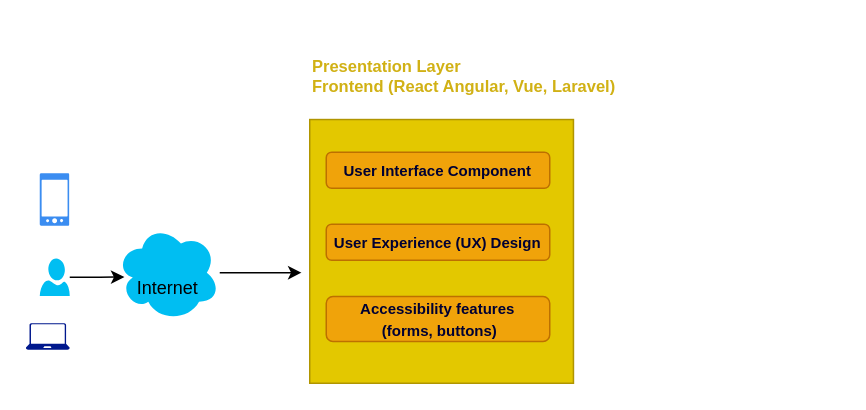
Earlier version of the draw.io diagram IMS.drawio (dabiko/draw-io). Source tidied: cells renumbered, new cells numbered last; positions are measured from the earlier drawing's top-left corner, leaving out a move shared by most shapes. Both pictures are drawn from the tidied source at 150%, with x=0, y=0 at pixel (26, 52).
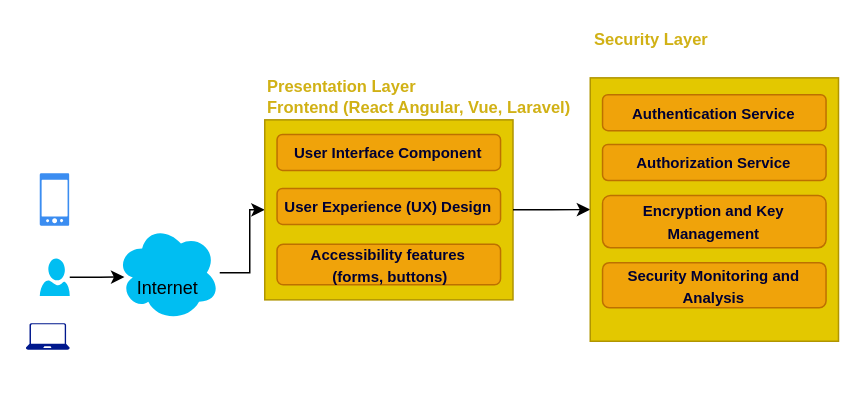
The same diagram, later.

Unchanged cells that the change refers to:
```xml
<mxCell id="3" value="&lt;div&gt;&lt;b&gt;&lt;br&gt;&lt;/b&gt;&lt;/div&gt;&lt;div style=&quot;font-weight: bold;&quot;&gt;&lt;b&gt;&lt;br&gt;&lt;/b&gt;&lt;/div&gt;&lt;font style=&quot;font-size: 12px;&quot;&gt;Internet&lt;/font&gt;" style="ellipse;shape=cloud;whiteSpace=wrap;html=1;verticalAlign=top;fillColor=#00BEF2;strokeColor=none;" parent="1" vertex="1">
  <mxGeometry x="60" y="114" width="69" height="64.5" as="geometry" />
</mxCell>
```

The edit, as a diff of the source:
```diff
@@
-    <mxCell id="2" style="edgeStyle=orthogonalEdgeStyle;rounded=0;jettySize=auto;html=1;" parent="1" edge="1" source="3">
-      <mxGeometry relative="1" as="geometry">
-        <mxPoint x="183.5" y="146.3" as="targetPoint" />
-      </mxGeometry>
-    </mxCell>
+    <mxCell id="13" style="edgeStyle=orthogonalEdgeStyle;rounded=0;jettySize=auto;html=1;" parent="1" edge="1" source="3" target="16">
+      <mxGeometry relative="1" as="geometry" />
+    </mxCell>
@@
-    <mxCell id="8" style="whiteSpace=wrap;html=1;fillColor=#e3c800;strokeColor=#B09500;fontColor=#000000;" parent="1" vertex="1">
-      <mxGeometry x="189" y="44.2" width="175.8" height="175.8" as="geometry" />
-    </mxCell>
+    <mxCell id="14" style="group;" parent="1" vertex="1">
+      <mxGeometry x="159" y="14.4" width="165.5" height="205.6" as="geometry" />
+    </mxCell>
+    <mxCell id="15" style="group;" parent="14" vertex="1">
+      <mxGeometry width="165.5" height="150" as="geometry" />
+    </mxCell>
+    <mxCell id="16" style="whiteSpace=wrap;html=1;verticalAlign=top;fillColor=#e3c800;strokeColor=#B09500;fontColor=#000000;" parent="15" vertex="1">
+      <mxGeometry y="30" width="165.5" height="120" as="geometry" />
+    </mxCell>
-    <mxCell id="9" value="&lt;span style=&quot;color: rgb(209, 177, 21); font-weight: 700; text-wrap: nowrap; font-size: 11px;&quot;&gt;&lt;font style=&quot;font-size: 11px;&quot;&gt;Presentation Layer&lt;/font&gt;&lt;/span&gt;&lt;div style=&quot;color: rgb(209, 177, 21); font-weight: 700; text-wrap: nowrap; font-size: 11px;&quot;&gt;&lt;font style=&quot;font-size: 11px;&quot;&gt;Frontend (React Angular, Vue, Laravel)&lt;/font&gt;&lt;/div&gt;" style="text;html=1;align=left;verticalAlign=middle;whiteSpace=wrap;rounded=0;" parent="1" vertex="1">
-      <mxGeometry x="189" width="210" height="30" as="geometry" />
+    <mxCell id="9" value="&lt;div style=&quot;color: rgb(209, 177, 21); font-weight: 700; text-wrap: nowrap; font-size: 11px;&quot;&gt;Presentation Layer&lt;div&gt;Frontend (React Angular, Vue, Laravel)&lt;/div&gt;&lt;/div&gt;" style="text;html=1;align=left;verticalAlign=middle;whiteSpace=wrap;rounded=0;" parent="15" vertex="1">
+      <mxGeometry width="100" height="30" as="geometry" />
     </mxCell>
-    <mxCell id="10" value="&lt;font size=&quot;1&quot; color=&quot;#000033&quot;&gt;&lt;b style=&quot;&quot;&gt;User Interface Component&lt;/b&gt;&lt;/font&gt;" style="rounded=1;whiteSpace=wrap;html=1;fillColor=#f0a30a;fontColor=#000000;strokeColor=#BD7000;" parent="1" vertex="1">
-      <mxGeometry x="200" y="66" width="149" height="24" as="geometry" />
+    <mxCell id="10" value="&lt;font size=&quot;1&quot; color=&quot;#000033&quot;&gt;&lt;b style=&quot;&quot;&gt;User Interface Component&lt;/b&gt;&lt;/font&gt;" style="rounded=1;whiteSpace=wrap;html=1;fillColor=#f0a30a;fontColor=#000000;strokeColor=#BD7000;" parent="15" vertex="1">
+      <mxGeometry x="8.2" y="39.7" width="149" height="24" as="geometry" />
     </mxCell>
-    <mxCell id="11" value="&lt;b style=&quot;color: rgb(0, 0, 51);&quot;&gt;&lt;font style=&quot;font-size: 10px;&quot;&gt;User Experience (UX) Design&lt;/font&gt;&lt;/b&gt;" style="rounded=1;whiteSpace=wrap;html=1;fillColor=#f0a30a;fontColor=#000000;strokeColor=#BD7000;" parent="1" vertex="1">
-      <mxGeometry x="200" y="114" width="149" height="24" as="geometry" />
+    <mxCell id="11" value="&lt;b style=&quot;color: rgb(0, 0, 51);&quot;&gt;&lt;font style=&quot;font-size: 10px;&quot;&gt;User Experience (UX) Design&lt;/font&gt;&lt;/b&gt;" style="rounded=1;whiteSpace=wrap;html=1;fillColor=#f0a30a;fontColor=#000000;strokeColor=#BD7000;" parent="15" vertex="1">
+      <mxGeometry x="8.2" y="75.7" width="149" height="24" as="geometry" />
     </mxCell>
-    <mxCell id="12" value="&lt;b style=&quot;color: rgb(0, 0, 51); font-size: 10px;&quot;&gt;Accessibility features&lt;br&gt;&amp;nbsp;(forms, buttons)&lt;/b&gt;" style="rounded=1;whiteSpace=wrap;html=1;fillColor=#f0a30a;fontColor=#000000;strokeColor=#BD7000;" parent="1" vertex="1">
-      <mxGeometry x="200" y="162.2" width="149" height="30" as="geometry" />
+    <mxCell id="12" value="&lt;b style=&quot;color: rgb(0, 0, 51); font-size: 10px;&quot;&gt;Accessibility features&lt;br&gt;&amp;nbsp;(forms, buttons)&lt;/b&gt;" style="rounded=1;whiteSpace=wrap;html=1;fillColor=#f0a30a;fontColor=#000000;strokeColor=#BD7000;" parent="15" vertex="1">
+      <mxGeometry x="8.2" y="112.9" width="149" height="27.1" as="geometry" />
     </mxCell>
+    <mxCell id="17" style="edgeStyle=orthogonalEdgeStyle;rounded=0;jettySize=auto;html=1;" parent="1" edge="1" source="16" target="19">
+      <mxGeometry relative="1" as="geometry" />
+    </mxCell>
+    <mxCell id="18" style="group;" parent="1" vertex="1">
+      <mxGeometry x="376" y="-18" width="165.5" height="210" as="geometry" />
+    </mxCell>
+    <mxCell id="19" style="whiteSpace=wrap;html=1;verticalAlign=top;fillColor=#e3c800;strokeColor=#B09500;fontColor=#000000;" parent="18" vertex="1">
+      <mxGeometry y="34.4" width="165.5" height="175.6" as="geometry" />
+    </mxCell>
+    <mxCell id="20" value="&lt;font size=&quot;1&quot; color=&quot;#000033&quot;&gt;&lt;b style=&quot;&quot;&gt;Authentication Service&lt;/b&gt;&lt;/font&gt;" style="rounded=1;whiteSpace=wrap;html=1;fillColor=#f0a30a;fontColor=#000000;strokeColor=#BD7000;" parent="18" vertex="1">
+      <mxGeometry x="8.2" y="45.6" width="149" height="24" as="geometry" />
+    </mxCell>
+    <mxCell id="21" value="&lt;font size=&quot;1&quot; color=&quot;#000033&quot;&gt;&lt;b style=&quot;&quot;&gt;Authorization Service&lt;/b&gt;&lt;/font&gt;" style="rounded=1;whiteSpace=wrap;html=1;fillColor=#f0a30a;fontColor=#000000;strokeColor=#BD7000;" parent="18" vertex="1">
+      <mxGeometry x="8.2" y="78.8" width="149" height="24" as="geometry" />
+    </mxCell>
+    <mxCell id="22" value="&lt;b style=&quot;color: rgb(0, 0, 51);&quot;&gt;&lt;font style=&quot;font-size: 10px;&quot;&gt;Encryption and Key Management&lt;/font&gt;&lt;/b&gt;" style="rounded=1;whiteSpace=wrap;html=1;fillColor=#f0a30a;fontColor=#000000;strokeColor=#BD7000;" parent="18" vertex="1">
+      <mxGeometry x="8.2" y="112.8" width="149" height="34.8" as="geometry" />
+    </mxCell>
+    <mxCell id="23" value="&lt;font color=&quot;#000033&quot;&gt;&lt;span style=&quot;font-size: 10px;&quot;&gt;&lt;b&gt;Security Monitoring and Analysis&lt;/b&gt;&lt;/span&gt;&lt;/font&gt;" style="rounded=1;whiteSpace=wrap;html=1;fillColor=#f0a30a;fontColor=#000000;strokeColor=#BD7000;" parent="18" vertex="1">
+      <mxGeometry x="8.2" y="157.6" width="149" height="30" as="geometry" />
+    </mxCell>
+    <mxCell id="24" value="&lt;span style=&quot;color: rgb(209, 177, 21); font-weight: 700; text-wrap: nowrap; font-size: 11px;&quot;&gt;&lt;font style=&quot;font-size: 11px;&quot;&gt;Security Layer&lt;/font&gt;&lt;/span&gt;&lt;div style=&quot;color: rgb(209, 177, 21); font-weight: 700; text-wrap: nowrap; font-size: 11px;&quot;&gt;&lt;br&gt;&lt;/div&gt;" style="text;html=1;align=left;verticalAlign=middle;whiteSpace=wrap;rounded=0;" parent="18" vertex="1">
+      <mxGeometry x="0.5" width="90" height="30" as="geometry" />
+    </mxCell>
```
